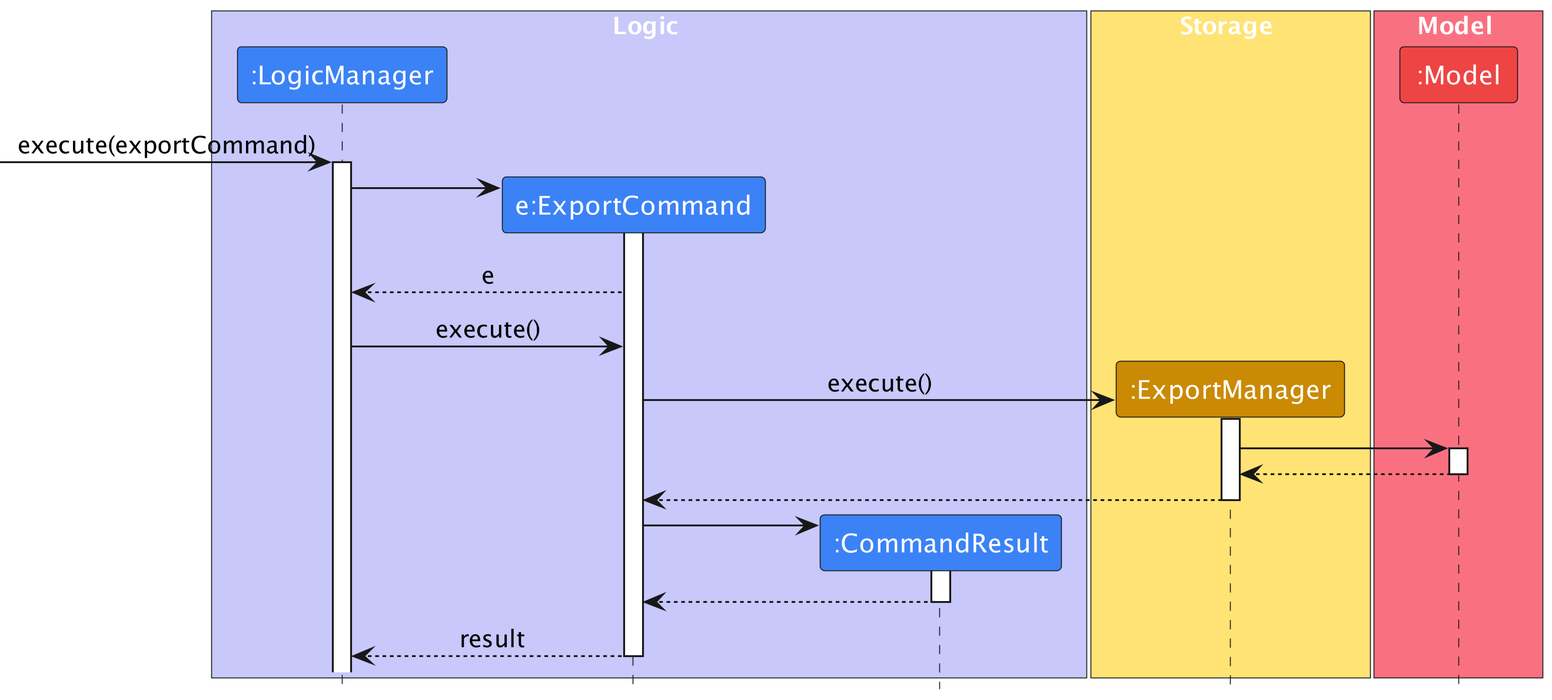
The PlantUML diagram docs/images/ExportSequenceDiagram.png in nus-cs2103-AY2223S2/tp, before a commit.
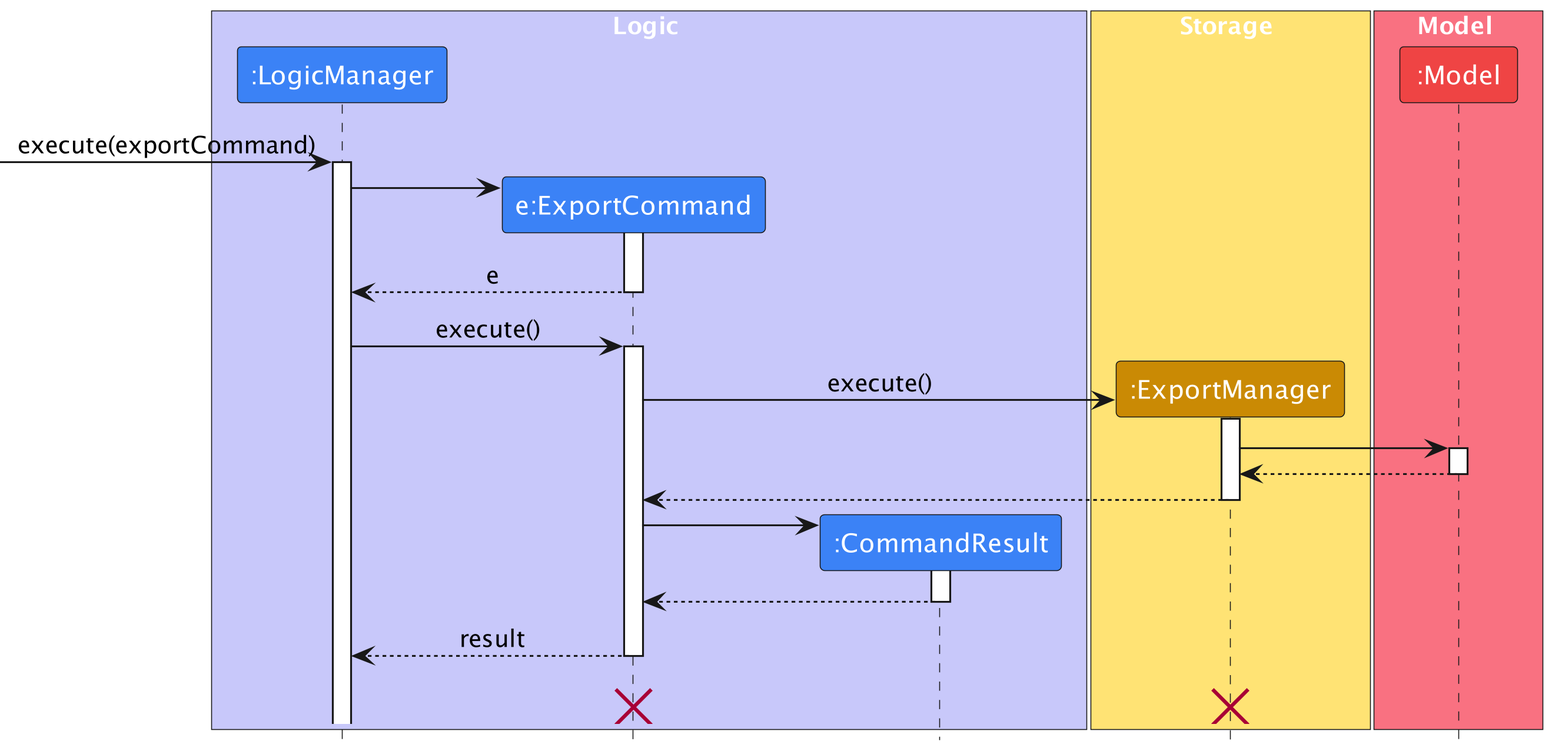
The same file after the commit.

What changed in the source:
```diff
@@ -22,9 +22,10 @@
 
 activate ExportCommand
 ExportCommand --> LogicManager : e
-
+deactivate ExportCommand
 
 LogicManager -> ExportCommand : execute()
+activate ExportCommand
 create ExportManager
 ExportCommand -> ExportManager : execute()
 
@@ -48,7 +49,10 @@
 ExportCommand --> LogicManager : result
 deactivate ExportCommand
 
-
+ExportCommand -[hidden]-> LogicManager
+LogicManager -[hidden]->]
+destroy ExportManager
+destroy ExportCommand
 
 
 
```
